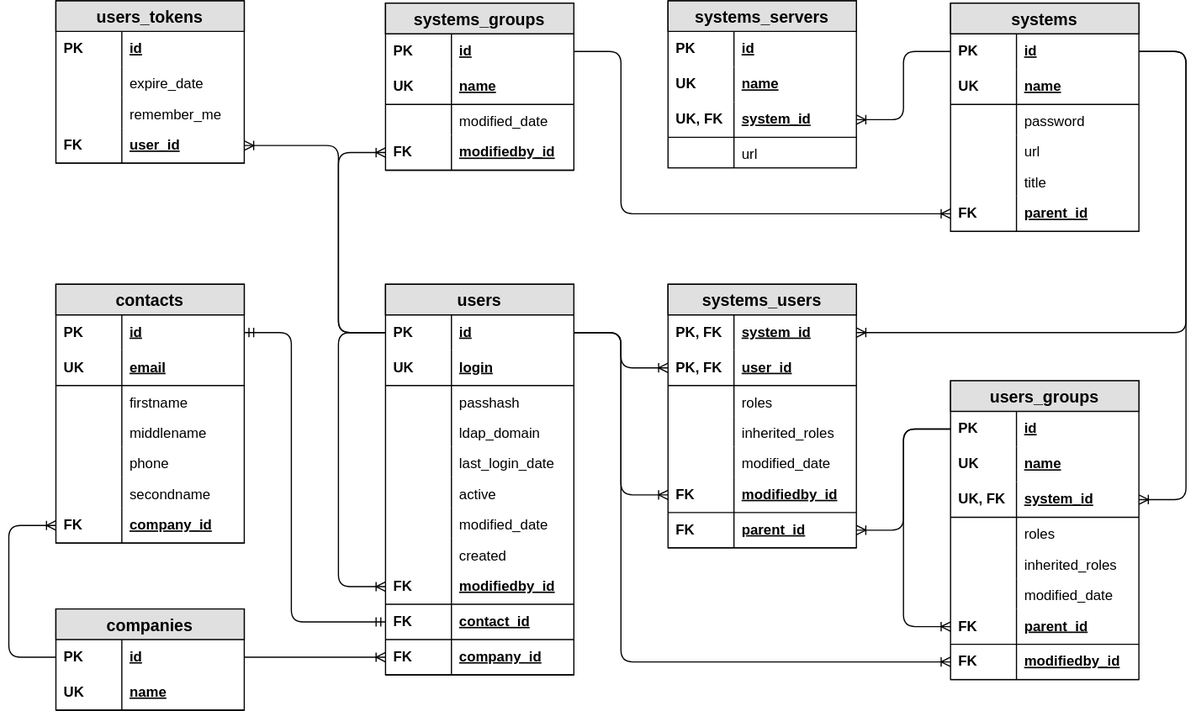
Before: docs/drawio/db_schema.svg, a diagram exported from draw.io (scommons/scommons-admin). Source tidied: cells renumbered, new cells last; positions are measured from the earlier drawing's top-left corner, leaving out a move shared by most shapes.
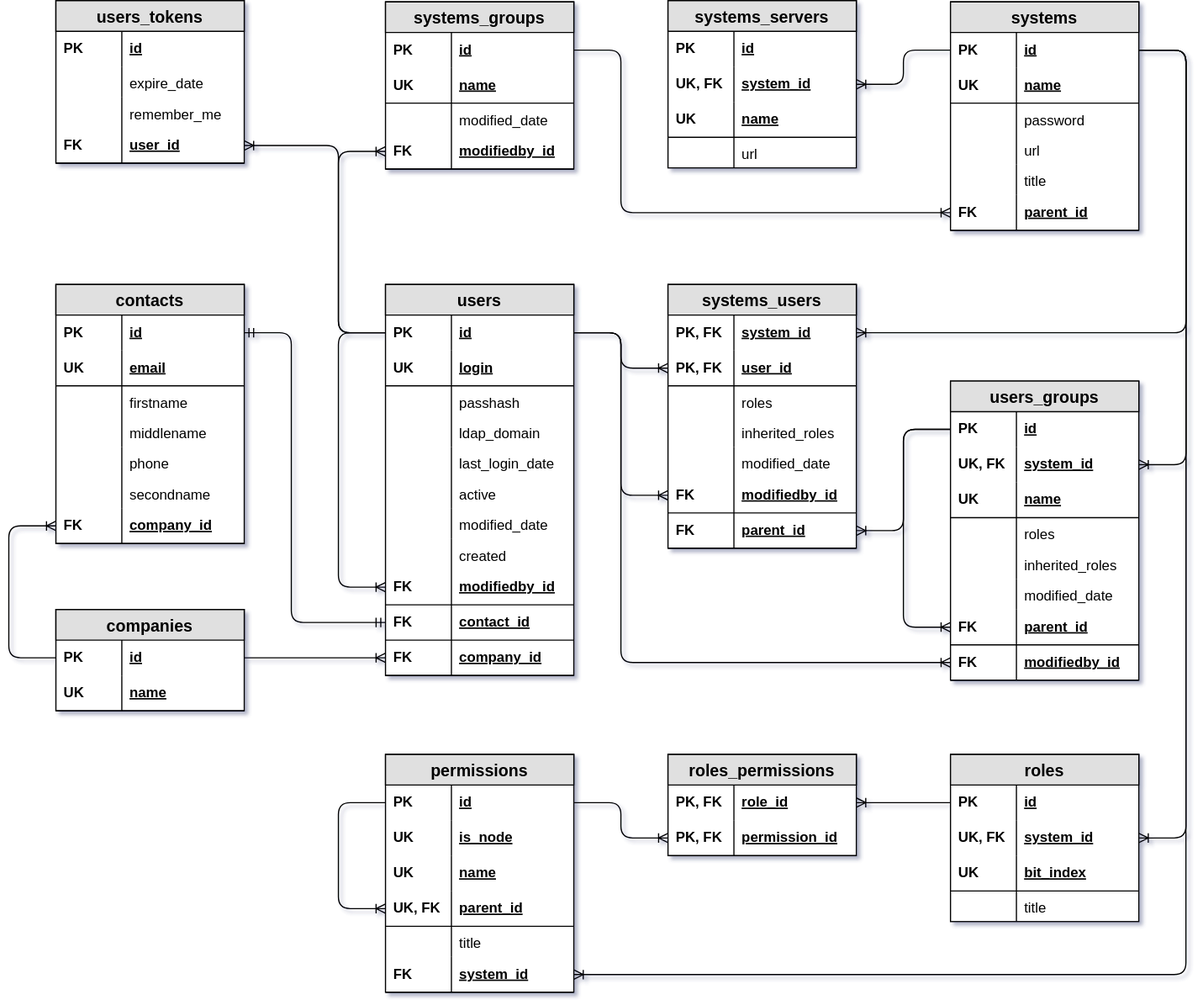
The same diagram one commit later.

The edit, as a diff of the source:
```diff
@@ -195,7 +195,7 @@
       </mxGeometry>
     </mxCell>
     <mxCell id="59" value="systems" style="swimlane;fontStyle=1;horizontal=1;startSize=26;fillColor=#e0e0e0;swimlaneFillColor=#ffffff;align=center;fontSize=14;" parent="1" vertex="1">
-      <mxGeometry x="800" y="2" width="160" height="194" as="geometry" />
+      <mxGeometry x="800" y="1" width="160" height="194" as="geometry" />
     </mxCell>
     <mxCell id="60" value="id" style="shape=partialRectangle;top=0;left=0;right=0;bottom=0;align=left;verticalAlign=middle;fillColor=none;spacingLeft=60;spacingRight=4;overflow=hidden;points=[[0,0.5],[1,0.5]];portConstraint=eastwest;fontStyle=5;fontSize=12;" parent="59" vertex="1">
       <mxGeometry y="26" width="160" height="30" as="geometry" />
@@ -234,7 +234,7 @@
       <mxGeometry width="56" height="30" as="geometry" />
     </mxCell>
     <mxCell id="72" value="systems_groups" style="swimlane;fontStyle=1;horizontal=1;startSize=26;fillColor=#e0e0e0;swimlaneFillColor=#ffffff;align=center;fontSize=14;" parent="1" vertex="1">
-      <mxGeometry x="320" y="2" width="160" height="142" as="geometry" />
+      <mxGeometry x="320" y="1" width="160" height="142" as="geometry" />
     </mxCell>
     <mxCell id="73" value="id" style="shape=partialRectangle;top=0;left=0;right=0;bottom=0;align=left;verticalAlign=middle;fillColor=none;spacingLeft=60;spacingRight=4;overflow=hidden;points=[[0,0.5],[1,0.5]];portConstraint=eastwest;fontStyle=5;fontSize=12;" parent="72" vertex="1">
       <mxGeometry y="26" width="160" height="30" as="geometry" />
@@ -284,16 +284,16 @@
     <mxCell id="85" value="PK" style="shape=partialRectangle;fontStyle=1;top=0;left=0;bottom=0;fillColor=none;align=left;verticalAlign=middle;spacingLeft=4;spacingRight=4;overflow=hidden;fontSize=12;" parent="84" vertex="1">
       <mxGeometry width="56" height="30" as="geometry" />
     </mxCell>
-    <mxCell id="86" value="name" style="shape=partialRectangle;top=0;left=0;right=0;bottom=0;align=left;verticalAlign=middle;fillColor=none;spacingLeft=60;spacingRight=4;overflow=hidden;points=[[0,0.5],[1,0.5]];portConstraint=eastwest;fontStyle=5;fontSize=12;" parent="83" vertex="1">
+    <mxCell id="86" value="system_id" style="shape=partialRectangle;top=0;left=0;right=0;bottom=0;align=left;verticalAlign=middle;fillColor=none;spacingLeft=60;spacingRight=4;overflow=hidden;points=[[0,0.5],[1,0.5]];portConstraint=eastwest;fontStyle=5;fontSize=12;" parent="83" vertex="1">
       <mxGeometry y="56" width="160" height="30" as="geometry" />
     </mxCell>
-    <mxCell id="87" value="UK" style="shape=partialRectangle;fontStyle=1;top=0;left=0;bottom=0;fillColor=none;align=left;verticalAlign=middle;spacingLeft=4;spacingRight=4;overflow=hidden;fontSize=12;" parent="86" vertex="1">
+    <mxCell id="87" value="UK, FK" style="shape=partialRectangle;fontStyle=1;top=0;left=0;bottom=0;fillColor=none;align=left;verticalAlign=middle;spacingLeft=4;spacingRight=4;overflow=hidden;fontSize=12;" parent="86" vertex="1">
       <mxGeometry width="56" height="30" as="geometry" />
     </mxCell>
-    <mxCell id="88" value="system_id" style="shape=partialRectangle;top=0;left=0;right=0;bottom=1;align=left;verticalAlign=middle;fillColor=none;spacingLeft=60;spacingRight=4;overflow=hidden;points=[[0,0.5],[1,0.5]];portConstraint=eastwest;fontStyle=5;fontSize=12;" parent="83" vertex="1">
+    <mxCell id="88" value="name" style="shape=partialRectangle;top=0;left=0;right=0;bottom=1;align=left;verticalAlign=middle;fillColor=none;spacingLeft=60;spacingRight=4;overflow=hidden;points=[[0,0.5],[1,0.5]];portConstraint=eastwest;fontStyle=5;fontSize=12;" parent="83" vertex="1">
       <mxGeometry y="86" width="160" height="30" as="geometry" />
     </mxCell>
-    <mxCell id="89" value="UK, FK" style="shape=partialRectangle;fontStyle=1;top=0;left=0;bottom=0;fillColor=none;align=left;verticalAlign=middle;spacingLeft=4;spacingRight=4;overflow=hidden;fontSize=12;" parent="88" vertex="1">
+    <mxCell id="89" value="UK" style="shape=partialRectangle;fontStyle=1;top=0;left=0;bottom=0;fillColor=none;align=left;verticalAlign=middle;spacingLeft=4;spacingRight=4;overflow=hidden;fontSize=12;" parent="88" vertex="1">
       <mxGeometry width="56" height="30" as="geometry" />
     </mxCell>
     <mxCell id="90" value="url" style="shape=partialRectangle;top=0;left=0;right=0;bottom=0;align=left;verticalAlign=top;fillColor=none;spacingLeft=60;spacingRight=4;overflow=hidden;fontSize=12;" parent="83" vertex="1">
@@ -302,7 +302,7 @@
     <mxCell id="91" style="shape=partialRectangle;top=0;left=0;bottom=0;fillColor=none;align=left;verticalAlign=top;spacingLeft=4;spacingRight=4;overflow=hidden;fontSize=12;" parent="90" vertex="1">
       <mxGeometry width="56" height="26" as="geometry" />
     </mxCell>
-    <mxCell id="92" style="edgeStyle=elbowEdgeStyle;fontSize=12;html=1;endArrow=ERoneToMany;exitX=0;exitY=0.5;entryX=1;entryY=0.5;" parent="1" edge="1" source="60" target="88">
+    <mxCell id="92" style="edgeStyle=elbowEdgeStyle;fontSize=12;html=1;endArrow=ERoneToMany;exitX=0;exitY=0.5;entryX=1;entryY=0.5;" parent="1" edge="1" source="60" target="86">
       <mxGeometry relative="1" as="geometry">
         <Array as="points">
           <mxPoint x="760" y="72" />
@@ -318,16 +318,16 @@
     <mxCell id="95" value="PK" style="shape=partialRectangle;fontStyle=1;top=0;left=0;bottom=0;fillColor=none;align=left;verticalAlign=middle;spacingLeft=4;spacingRight=4;overflow=hidden;fontSize=12;" parent="94" vertex="1">
       <mxGeometry width="56" height="30" as="geometry" />
     </mxCell>
-    <mxCell id="96" value="name" style="shape=partialRectangle;top=0;left=0;right=0;bottom=0;align=left;verticalAlign=middle;fillColor=none;spacingLeft=60;spacingRight=4;overflow=hidden;points=[[0,0.5],[1,0.5]];portConstraint=eastwest;fontStyle=5;fontSize=12;" parent="93" vertex="1">
+    <mxCell id="96" value="system_id" style="shape=partialRectangle;top=0;left=0;right=0;bottom=0;align=left;verticalAlign=middle;fillColor=none;spacingLeft=60;spacingRight=4;overflow=hidden;points=[[0,0.5],[1,0.5]];portConstraint=eastwest;fontStyle=5;fontSize=12;" parent="93" vertex="1">
       <mxGeometry y="56" width="160" height="30" as="geometry" />
     </mxCell>
-    <mxCell id="97" value="UK" style="shape=partialRectangle;fontStyle=1;top=0;left=0;bottom=0;fillColor=none;align=left;verticalAlign=middle;spacingLeft=4;spacingRight=4;overflow=hidden;fontSize=12;" parent="96" vertex="1">
+    <mxCell id="97" value="UK, FK" style="shape=partialRectangle;fontStyle=1;top=0;left=0;bottom=0;fillColor=none;align=left;verticalAlign=middle;spacingLeft=4;spacingRight=4;overflow=hidden;fontSize=12;" parent="96" vertex="1">
       <mxGeometry width="56" height="30" as="geometry" />
     </mxCell>
-    <mxCell id="98" value="system_id" style="shape=partialRectangle;top=0;left=0;right=0;bottom=1;align=left;verticalAlign=middle;fillColor=none;spacingLeft=60;spacingRight=4;overflow=hidden;points=[[0,0.5],[1,0.5]];portConstraint=eastwest;fontStyle=5;fontSize=12;" parent="93" vertex="1">
+    <mxCell id="98" value="name" style="shape=partialRectangle;top=0;left=0;right=0;bottom=1;align=left;verticalAlign=middle;fillColor=none;spacingLeft=60;spacingRight=4;overflow=hidden;points=[[0,0.5],[1,0.5]];portConstraint=eastwest;fontStyle=5;fontSize=12;" parent="93" vertex="1">
       <mxGeometry y="86" width="160" height="30" as="geometry" />
     </mxCell>
-    <mxCell id="99" value="UK, FK" style="shape=partialRectangle;fontStyle=1;top=0;left=0;bottom=0;fillColor=none;align=left;verticalAlign=middle;spacingLeft=4;spacingRight=4;overflow=hidden;fontSize=12;" parent="98" vertex="1">
+    <mxCell id="99" value="UK" style="shape=partialRectangle;fontStyle=1;top=0;left=0;bottom=0;fillColor=none;align=left;verticalAlign=middle;spacingLeft=4;spacingRight=4;overflow=hidden;fontSize=12;" parent="98" vertex="1">
       <mxGeometry width="56" height="30" as="geometry" />
     </mxCell>
     <mxCell id="100" value="roles" style="shape=partialRectangle;top=0;left=0;right=0;bottom=0;align=left;verticalAlign=top;fillColor=none;spacingLeft=60;spacingRight=4;overflow=hidden;fontSize=12;" parent="93" vertex="1">
@@ -367,7 +367,7 @@
         </Array>
       </mxGeometry>
     </mxCell>
-    <mxCell id="111" style="edgeStyle=elbowEdgeStyle;fontSize=12;html=1;endArrow=ERoneToMany;exitX=1;exitY=0.5;entryX=1;entryY=0.5;" parent="1" edge="1" source="60" target="98">
+    <mxCell id="111" style="edgeStyle=elbowEdgeStyle;fontSize=12;html=1;endArrow=ERoneToMany;exitX=1;exitY=0.5;entryX=1;entryY=0.5;" parent="1" edge="1" source="60" target="96">
       <mxGeometry relative="1" as="geometry">
         <Array as="points">
           <mxPoint x="1000" y="212" />
@@ -458,5 +458,117 @@
         </Array>
       </mxGeometry>
     </mxCell>
+    <mxCell id="132" value="permissions" style="swimlane;fontStyle=1;horizontal=1;startSize=26;fillColor=#e0e0e0;swimlaneFillColor=#ffffff;align=center;fontSize=14;" parent="1" vertex="1">
+      <mxGeometry x="320" y="640" width="160" height="202" as="geometry" />
+    </mxCell>
+    <mxCell id="133" value="id" style="shape=partialRectangle;top=0;left=0;right=0;bottom=0;align=left;verticalAlign=middle;fillColor=none;spacingLeft=60;spacingRight=4;overflow=hidden;points=[[0,0.5],[1,0.5]];portConstraint=eastwest;fontStyle=5;fontSize=12;" parent="132" vertex="1">
+      <mxGeometry y="26" width="160" height="30" as="geometry" />
+    </mxCell>
+    <mxCell id="134" value="PK" style="shape=partialRectangle;fontStyle=1;top=0;left=0;bottom=0;fillColor=none;align=left;verticalAlign=middle;spacingLeft=4;spacingRight=4;overflow=hidden;fontSize=12;" parent="133" vertex="1">
+      <mxGeometry width="56" height="30" as="geometry" />
+    </mxCell>
+    <mxCell id="135" value="is_node" style="shape=partialRectangle;top=0;left=0;right=0;bottom=0;align=left;verticalAlign=middle;fillColor=none;spacingLeft=60;spacingRight=4;overflow=hidden;fontStyle=5;fontSize=12;" parent="132" vertex="1">
+      <mxGeometry y="56" width="160" height="30" as="geometry" />
+    </mxCell>
+    <mxCell id="136" value="UK" style="shape=partialRectangle;fontStyle=1;top=0;left=0;bottom=0;fillColor=none;align=left;verticalAlign=middle;spacingLeft=4;spacingRight=4;overflow=hidden;fontSize=12;" parent="135" vertex="1">
+      <mxGeometry width="56" height="30" as="geometry" />
+    </mxCell>
+    <mxCell id="137" value="name" style="shape=partialRectangle;top=0;left=0;right=0;bottom=0;align=left;verticalAlign=middle;fillColor=none;spacingLeft=60;spacingRight=4;overflow=hidden;fontStyle=5;fontSize=12;" parent="132" vertex="1">
+      <mxGeometry y="86" width="160" height="30" as="geometry" />
+    </mxCell>
+    <mxCell id="138" value="UK" style="shape=partialRectangle;fontStyle=1;top=0;left=0;bottom=0;fillColor=none;align=left;verticalAlign=middle;spacingLeft=4;spacingRight=4;overflow=hidden;fontSize=12;" parent="137" vertex="1">
+      <mxGeometry width="56" height="30" as="geometry" />
+    </mxCell>
+    <mxCell id="139" value="parent_id" style="shape=partialRectangle;top=0;left=0;right=0;bottom=1;align=left;verticalAlign=middle;fillColor=none;spacingLeft=60;spacingRight=4;overflow=hidden;points=[[0,0.5],[1,0.5]];portConstraint=eastwest;fontStyle=5;fontSize=12;" parent="132" vertex="1">
+      <mxGeometry y="116" width="160" height="30" as="geometry" />
+    </mxCell>
+    <mxCell id="140" value="UK, FK" style="shape=partialRectangle;fontStyle=1;top=0;left=0;bottom=0;fillColor=none;align=left;verticalAlign=middle;spacingLeft=4;spacingRight=4;overflow=hidden;fontSize=12;" parent="139" vertex="1">
+      <mxGeometry width="56" height="30" as="geometry" />
+    </mxCell>
+    <mxCell id="141" value="title" style="shape=partialRectangle;top=0;left=0;right=0;bottom=0;align=left;verticalAlign=top;fillColor=none;spacingLeft=60;spacingRight=4;overflow=hidden;fontSize=12;" parent="132" vertex="1">
+      <mxGeometry y="146" width="160" height="26" as="geometry" />
+    </mxCell>
+    <mxCell id="142" style="shape=partialRectangle;top=0;left=0;bottom=0;fillColor=none;align=left;verticalAlign=top;spacingLeft=4;spacingRight=4;overflow=hidden;fontSize=12;" parent="141" vertex="1">
+      <mxGeometry width="56" height="26" as="geometry" />
+    </mxCell>
+    <mxCell id="143" value="system_id" style="shape=partialRectangle;top=0;left=0;right=0;bottom=1;align=left;verticalAlign=middle;fillColor=none;spacingLeft=60;spacingRight=4;overflow=hidden;points=[[0,0.5],[1,0.5]];portConstraint=eastwest;fontStyle=5;fontSize=12;" parent="132" vertex="1">
+      <mxGeometry y="172" width="160" height="30" as="geometry" />
+    </mxCell>
+    <mxCell id="144" value="FK" style="shape=partialRectangle;fontStyle=1;top=0;left=0;bottom=0;fillColor=none;align=left;verticalAlign=middle;spacingLeft=4;spacingRight=4;overflow=hidden;fontSize=12;" parent="143" vertex="1">
+      <mxGeometry width="56" height="30" as="geometry" />
+    </mxCell>
+    <mxCell id="145" style="edgeStyle=elbowEdgeStyle;fontSize=12;html=1;endArrow=ERoneToMany;exitX=0;exitY=0.5;entryX=0;entryY=0.5;" parent="132" edge="1" source="133" target="139">
+      <mxGeometry relative="1" as="geometry">
+        <Array as="points">
+          <mxPoint x="-40" y="90" />
+        </Array>
+      </mxGeometry>
+    </mxCell>
+    <mxCell id="146" value="roles" style="swimlane;fontStyle=1;horizontal=1;startSize=26;fillColor=#e0e0e0;swimlaneFillColor=#ffffff;align=center;fontSize=14;" parent="1" vertex="1">
+      <mxGeometry x="800" y="640" width="160" height="142" as="geometry" />
+    </mxCell>
+    <mxCell id="147" value="id" style="shape=partialRectangle;top=0;left=0;right=0;bottom=0;align=left;verticalAlign=middle;fillColor=none;spacingLeft=60;spacingRight=4;overflow=hidden;points=[[0,0.5],[1,0.5]];portConstraint=eastwest;fontStyle=5;fontSize=12;" parent="146" vertex="1">
+      <mxGeometry y="26" width="160" height="30" as="geometry" />
+    </mxCell>
+    <mxCell id="148" value="PK" style="shape=partialRectangle;fontStyle=1;top=0;left=0;bottom=0;fillColor=none;align=left;verticalAlign=middle;spacingLeft=4;spacingRight=4;overflow=hidden;fontSize=12;" parent="147" vertex="1">
+      <mxGeometry width="56" height="30" as="geometry" />
+    </mxCell>
+    <mxCell id="149" value="system_id" style="shape=partialRectangle;top=0;left=0;right=0;bottom=0;align=left;verticalAlign=middle;fillColor=none;spacingLeft=60;spacingRight=4;overflow=hidden;points=[[0,0.5],[1,0.5]];portConstraint=eastwest;fontStyle=5;fontSize=12;" parent="146" vertex="1">
+      <mxGeometry y="56" width="160" height="30" as="geometry" />
+    </mxCell>
+    <mxCell id="150" value="UK, FK" style="shape=partialRectangle;fontStyle=1;top=0;left=0;bottom=0;fillColor=none;align=left;verticalAlign=middle;spacingLeft=4;spacingRight=4;overflow=hidden;fontSize=12;" parent="149" vertex="1">
+      <mxGeometry width="56" height="30" as="geometry" />
+    </mxCell>
+    <mxCell id="151" value="bit_index" style="shape=partialRectangle;top=0;left=0;right=0;bottom=1;align=left;verticalAlign=middle;fillColor=none;spacingLeft=60;spacingRight=4;overflow=hidden;fontStyle=5;fontSize=12;" parent="146" vertex="1">
+      <mxGeometry y="86" width="160" height="30" as="geometry" />
+    </mxCell>
+    <mxCell id="152" value="UK" style="shape=partialRectangle;fontStyle=1;top=0;left=0;bottom=0;fillColor=none;align=left;verticalAlign=middle;spacingLeft=4;spacingRight=4;overflow=hidden;fontSize=12;" parent="151" vertex="1">
+      <mxGeometry width="56" height="30" as="geometry" />
+    </mxCell>
+    <mxCell id="153" value="title" style="shape=partialRectangle;top=0;left=0;right=0;bottom=0;align=left;verticalAlign=top;fillColor=none;spacingLeft=60;spacingRight=4;overflow=hidden;fontSize=12;" parent="146" vertex="1">
+      <mxGeometry y="116" width="160" height="26" as="geometry" />
+    </mxCell>
+    <mxCell id="154" style="shape=partialRectangle;top=0;left=0;bottom=0;fillColor=none;align=left;verticalAlign=top;spacingLeft=4;spacingRight=4;overflow=hidden;fontSize=12;" parent="153" vertex="1">
+      <mxGeometry width="56" height="26" as="geometry" />
+    </mxCell>
+    <mxCell id="155" value="roles_permissions" style="swimlane;fontStyle=1;horizontal=1;startSize=26;fillColor=#e0e0e0;swimlaneFillColor=#ffffff;align=center;fontSize=14;" parent="1" vertex="1">
+      <mxGeometry x="560" y="640" width="160" height="86" as="geometry" />
+    </mxCell>
+    <mxCell id="156" value="role_id" style="shape=partialRectangle;top=0;left=0;right=0;bottom=0;align=left;verticalAlign=middle;fillColor=none;spacingLeft=60;spacingRight=4;overflow=hidden;points=[[0,0.5],[1,0.5]];portConstraint=eastwest;fontStyle=5;fontSize=12;" parent="155" vertex="1">
+      <mxGeometry y="26" width="160" height="30" as="geometry" />
+    </mxCell>
+    <mxCell id="157" value="PK, FK" style="shape=partialRectangle;fontStyle=1;top=0;left=0;bottom=0;fillColor=none;align=left;verticalAlign=middle;spacingLeft=4;spacingRight=4;overflow=hidden;fontSize=12;" parent="156" vertex="1">
+      <mxGeometry width="56" height="30" as="geometry" />
+    </mxCell>
+    <mxCell id="158" value="permission_id" style="shape=partialRectangle;top=0;left=0;right=0;bottom=1;align=left;verticalAlign=middle;fillColor=none;spacingLeft=60;spacingRight=4;overflow=hidden;points=[[0,0.5],[1,0.5]];portConstraint=eastwest;fontStyle=5;fontSize=12;" parent="155" vertex="1">
+      <mxGeometry y="56" width="160" height="30" as="geometry" />
+    </mxCell>
+    <mxCell id="159" value="PK, FK" style="shape=partialRectangle;fontStyle=1;top=0;left=0;bottom=0;fillColor=none;align=left;verticalAlign=middle;spacingLeft=4;spacingRight=4;overflow=hidden;fontSize=12;" parent="158" vertex="1">
+      <mxGeometry width="56" height="30" as="geometry" />
+    </mxCell>
+    <mxCell id="160" style="edgeStyle=elbowEdgeStyle;fontSize=12;html=1;endArrow=ERoneToMany;exitX=1;exitY=0.5;entryX=1;entryY=0.5;" parent="1" edge="1" source="60" target="143">
+      <mxGeometry relative="1" as="geometry">
+        <Array as="points">
+          <mxPoint x="1000" y="460" />
+        </Array>
+      </mxGeometry>
+    </mxCell>
+    <mxCell id="161" style="edgeStyle=elbowEdgeStyle;fontSize=12;html=1;endArrow=ERoneToMany;exitX=1;exitY=0.5;entryX=1;entryY=0.5;" parent="1" edge="1" source="60" target="149">
+      <mxGeometry relative="1" as="geometry">
+        <Array as="points">
+          <mxPoint x="1000" y="380" />
+        </Array>
+      </mxGeometry>
+    </mxCell>
+    <mxCell id="162" style="edgeStyle=elbowEdgeStyle;fontSize=12;html=1;endArrow=ERoneToMany;exitX=1;exitY=0.5;entryX=0;entryY=0.5;" parent="1" edge="1" source="133" target="158">
+      <mxGeometry relative="1" as="geometry">
+        <Array as="points">
+          <mxPoint x="520" y="690" />
+        </Array>
+      </mxGeometry>
+    </mxCell>
+    <mxCell id="163" style="edgeStyle=elbowEdgeStyle;fontSize=12;html=1;endArrow=ERoneToMany;exitX=0;exitY=0.5;entryX=1;entryY=0.5;" parent="1" edge="1" source="147" target="156">
+      <mxGeometry relative="1" as="geometry" />
+    </mxCell>
   </root>
 </mxGraphModel>
```
